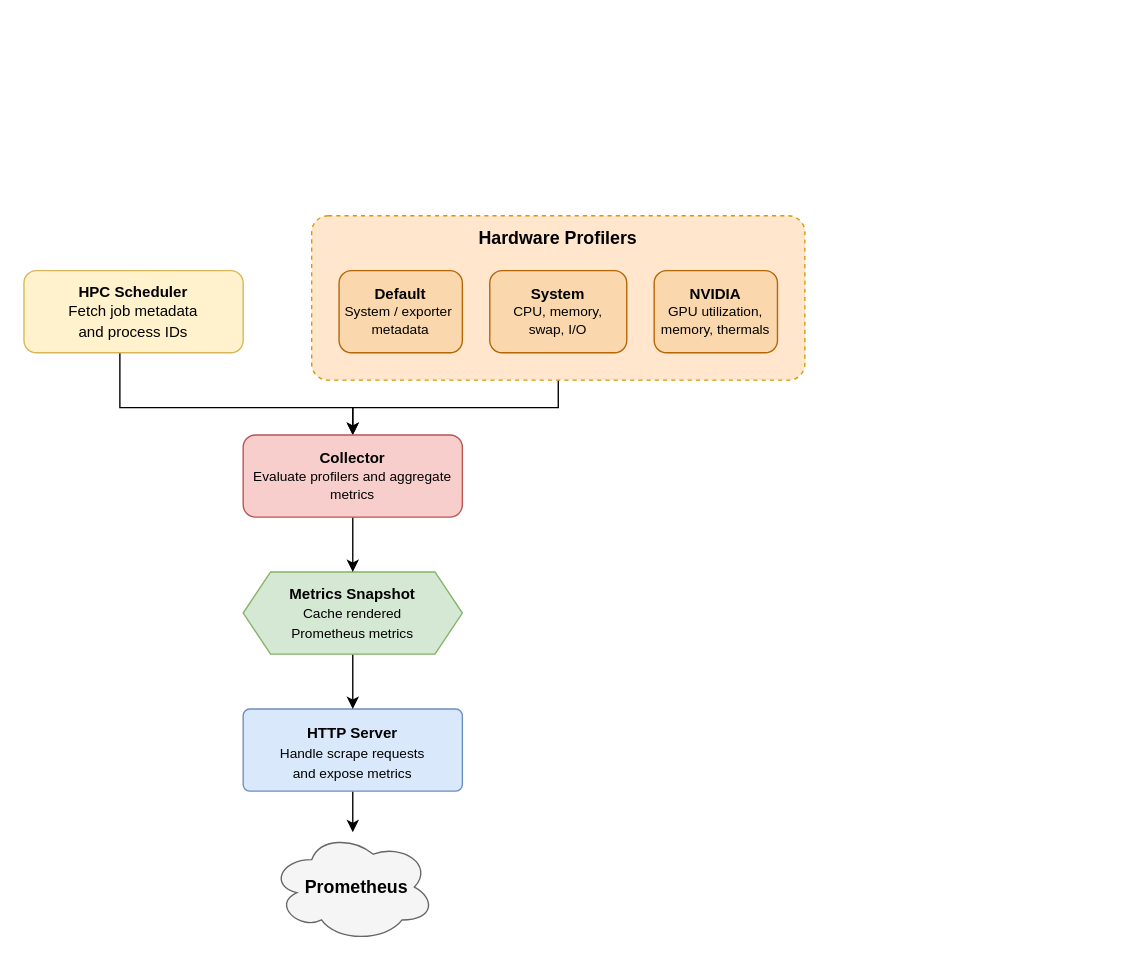
Earlier version of the draw.io diagram assets/architecture.drawio (Better-HPC/hpc-node-exporter). Source tidied: cells renumbered, new cells numbered last; positions are measured from the earlier drawing's top-left corner, leaving out a move shared by most shapes. Both pictures are drawn from the tidied source at 137%, with x=0, y=0 at pixel (23, 215).
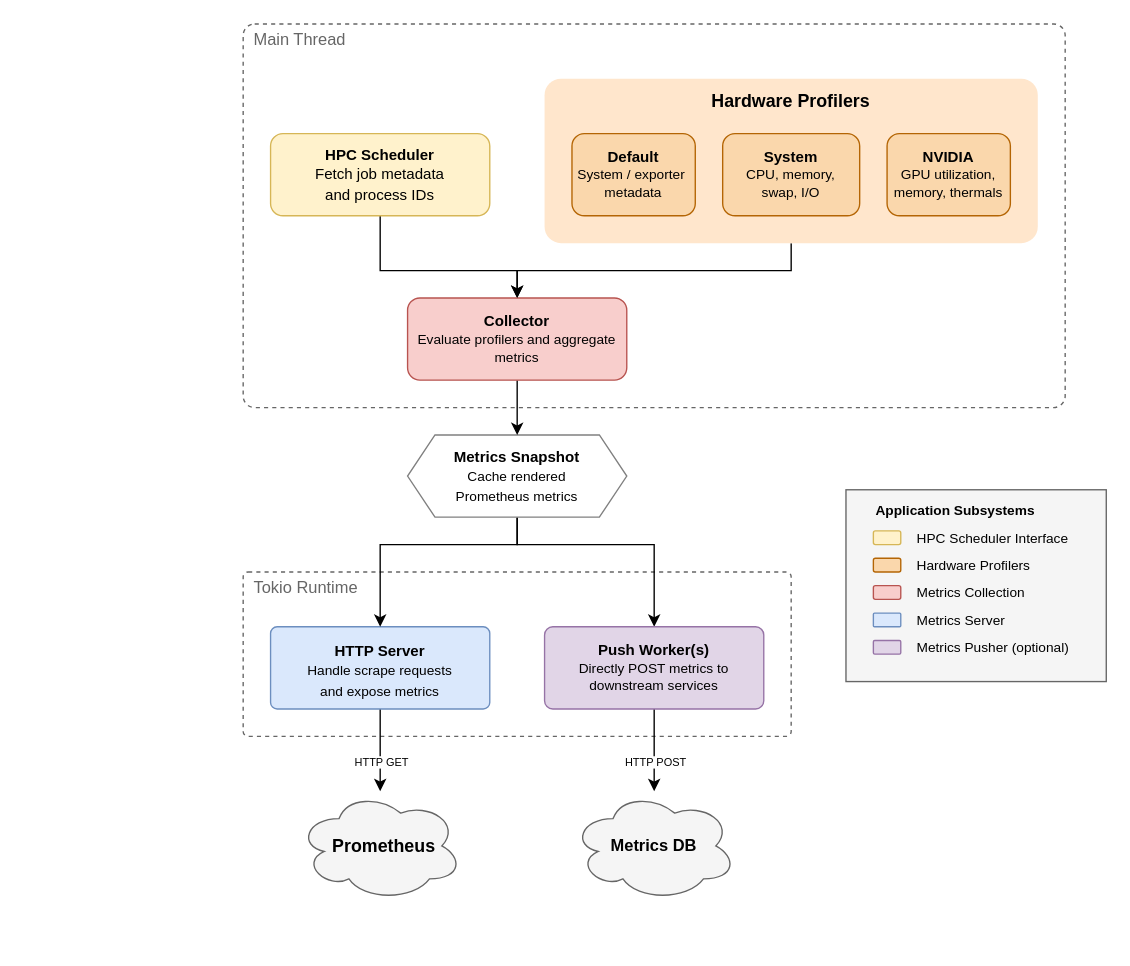
The same diagram, later.

Commit message (it also covers changes not shown here):
Adds ability to push metrics via post (#34)

Unchanged cells that the change refers to:
```xml
<mxCell id="9" style="edgeStyle=orthogonalEdgeStyle;rounded=0;jettySize=auto;html=1;" parent="1" edge="1" source="10" target="11">
  <mxGeometry relative="1" as="geometry" />
</mxCell>
```

Change to the diagram source:
```diff
@@
+    <mxCell id="16" style="rounded=0;whiteSpace=wrap;html=1;fillColor=#f5f5f5;fontColor=#333333;strokeColor=#666666;" parent="1" vertex="1">
+      <mxGeometry x="600" y="200" width="190" height="140" as="geometry" />
+    </mxCell>
+    <mxCell id="17" value="Tokio Runtime" style="rounded=1;whiteSpace=wrap;html=1;fillColor=none;dashed=1;arcSize=3;strokeColor=#666666;align=left;labelPosition=center;verticalLabelPosition=middle;verticalAlign=top;fontColor=#666666;spacing=0;spacingTop=0;spacingLeft=8;" parent="1" vertex="1">
+      <mxGeometry x="160" y="260" width="400" height="120" as="geometry" />
+    </mxCell>
+    <mxCell id="18" value="&lt;div&gt;Main Thread&lt;/div&gt;" style="rounded=1;whiteSpace=wrap;html=1;fillColor=none;dashed=1;arcSize=3;strokeColor=#666666;align=left;labelPosition=center;verticalLabelPosition=middle;verticalAlign=top;spacing=0;spacingLeft=8;fontColor=#666666;" parent="1" vertex="1">
+      <mxGeometry x="160" y="-140" width="600" height="280" as="geometry" />
+    </mxCell>
     <mxCell id="2" style="edgeStyle=orthogonalEdgeStyle;rounded=0;jettySize=auto;html=1;" parent="1" edge="1" source="3" target="15">
-      <mxGeometry relative="1" as="geometry">
-        <Array as="points">
-          <mxPoint x="390" y="140" />
-          <mxPoint x="240" y="140" />
-        </Array>
-      </mxGeometry>
+      <mxGeometry relative="1" as="geometry" />
     </mxCell>
-    <mxCell id="3" value="Hardware Profilers" style="rounded=1;whiteSpace=wrap;html=1;verticalAlign=top;fontStyle=1;fontSize=13;fillColor=#ffe6cc;strokeColor=#d79b00;arcSize=10;spacingTop=2;dashed=1;fillStyle=auto;" parent="1" vertex="1">
-      <mxGeometry x="210" width="360" height="120" as="geometry" />
+    <mxCell id="3" value="Hardware Profilers" style="rounded=1;whiteSpace=wrap;html=1;verticalAlign=top;fontStyle=1;fontSize=13;fillColor=#ffe6cc;strokeColor=none;arcSize=10;spacingTop=2;dashed=1;fillStyle=auto;" parent="1" vertex="1">
+      <mxGeometry x="380" y="-100" width="360" height="120" as="geometry" />
     </mxCell>
     <mxCell id="4" value="&lt;b&gt;Default&lt;/b&gt;&lt;br&gt;&lt;div&gt;&lt;font style=&quot;font-size:10px&quot;&gt;System / exporter&amp;nbsp;&lt;/font&gt;&lt;/div&gt;&lt;div&gt;&lt;font style=&quot;font-size:10px&quot;&gt;metadata&lt;/font&gt;&lt;/div&gt;" style="rounded=1;whiteSpace=wrap;html=1;fillColor=#fad7ac;strokeColor=#b46504;fontSize=11;" parent="1" vertex="1">
-      <mxGeometry x="230" y="40" width="90" height="60" as="geometry" />
+      <mxGeometry x="400" y="-60" width="90" height="60" as="geometry" />
     </mxCell>
     <mxCell id="5" value="&lt;b&gt;System&lt;/b&gt;&lt;br&gt;&lt;font style=&quot;font-size:10px&quot;&gt;CPU, memory,&lt;br&gt;swap, I/O&lt;/font&gt;" style="rounded=1;whiteSpace=wrap;html=1;fillColor=#fad7ac;strokeColor=#b46504;fontSize=11;" parent="1" vertex="1">
-      <mxGeometry x="340" y="40" width="100" height="60" as="geometry" />
+      <mxGeometry x="510" y="-60" width="100" height="60" as="geometry" />
     </mxCell>
     <mxCell id="6" value="&lt;b&gt;NVIDIA&lt;/b&gt;&lt;br&gt;&lt;font style=&quot;font-size:10px&quot;&gt;GPU utilization,&lt;br&gt;memory, thermals&lt;/font&gt;" style="rounded=1;whiteSpace=wrap;html=1;fillColor=#fad7ac;strokeColor=#b46504;fontSize=11;" parent="1" vertex="1">
-      <mxGeometry x="460" y="40" width="90" height="60" as="geometry" />
+      <mxGeometry x="630" y="-60" width="90" height="60" as="geometry" />
     </mxCell>
-    <mxCell id="7" style="edgeStyle=orthogonalEdgeStyle;rounded=0;jettySize=auto;html=1;" parent="1" edge="1" source="8" target="15">
-      <mxGeometry relative="1" as="geometry">
-        <Array as="points">
-          <mxPoint x="70" y="140" />
-          <mxPoint x="240" y="140" />
-        </Array>
-      </mxGeometry>
-    </mxCell>
-    <mxCell id="8" value="&lt;font style=&quot;font-size: 11px;&quot;&gt;&lt;b&gt;HPC&amp;nbsp;Scheduler&lt;/b&gt;&lt;/font&gt;&lt;div&gt;&lt;font style=&quot;font-size: 11px;&quot;&gt;Fetch job metadata&lt;/font&gt;&lt;/div&gt;&lt;div&gt;&lt;font style=&quot;font-size: 11px;&quot;&gt;and process IDs&lt;/font&gt;&lt;/div&gt;" style="rounded=1;whiteSpace=wrap;html=1;fillColor=#fff2cc;strokeColor=#d6b656;fontSize=12;" parent="1" vertex="1">
-      <mxGeometry y="40" width="160" height="60" as="geometry" />
-    </mxCell>
@@
+    <mxCell id="19" value="HTTP GET" style="edgeLabel;html=1;align=center;verticalAlign=middle;fontSize=8;" parent="9" vertex="1">
+      <mxGeometry relative="1" as="geometry">
+        <mxPoint y="8" as="offset" />
+      </mxGeometry>
+    </mxCell>
     <mxCell id="10" value="&lt;font style=&quot;font-size: 11px;&quot;&gt;HTTP Server&lt;/font&gt;&lt;div&gt;&lt;font style=&quot;font-size: 10px;&quot;&gt;&lt;span style=&quot;font-weight: normal;&quot;&gt;Handle scrape requests&lt;br&gt;and expose metrics&lt;/span&gt;&lt;/font&gt;&lt;/div&gt;" style="rounded=1;whiteSpace=wrap;html=1;verticalAlign=top;fontStyle=1;fontSize=12;fillColor=#dae8fc;strokeColor=#6c8ebf;arcSize=8;spacingTop=4;" parent="1" vertex="1">
-      <mxGeometry x="160" y="360" width="160" height="60" as="geometry" />
+      <mxGeometry x="180" y="300" width="160" height="60" as="geometry" />
     </mxCell>
     <mxCell id="11" value="&lt;b&gt;Prometheus&lt;/b&gt;" style="shape=cloud;whiteSpace=wrap;html=1;fillColor=#f5f5f5;strokeColor=#666666;fontSize=13;spacingLeft=6;" parent="1" vertex="1">
-      <mxGeometry x="180" y="450" width="120" height="80" as="geometry" />
+      <mxGeometry x="200" y="420" width="120" height="80" as="geometry" />
     </mxCell>
     <mxCell id="12" style="edgeStyle=orthogonalEdgeStyle;rounded=0;jettySize=auto;html=1;exitX=0.5;exitY=1;exitDx=0;exitDy=0;" parent="1" edge="1" source="13" target="10">
-      <mxGeometry relative="1" as="geometry" />
+      <mxGeometry relative="1" as="geometry">
+        <Array as="points">
+          <mxPoint x="360" y="240" />
+          <mxPoint x="260" y="240" />
+        </Array>
+      </mxGeometry>
     </mxCell>
+    <mxCell id="20" style="edgeStyle=orthogonalEdgeStyle;rounded=0;jettySize=auto;html=1;exitX=0.5;exitY=1;exitDx=0;exitDy=0;" parent="1" edge="1" source="13" target="24">
+      <mxGeometry relative="1" as="geometry">
+        <Array as="points">
+          <mxPoint x="360" y="240" />
+          <mxPoint x="460" y="240" />
+        </Array>
+      </mxGeometry>
+    </mxCell>
-    <mxCell id="13" value="&lt;font style=&quot;font-size: 11px;&quot;&gt;&lt;b&gt;Metrics Snapshot&lt;/b&gt;&lt;br&gt;&lt;/font&gt;&lt;div&gt;&lt;font style=&quot;font-size: 10px;&quot;&gt;Cache rendered&lt;/font&gt;&lt;/div&gt;&lt;div&gt;&lt;font style=&quot;font-size: 10px;&quot;&gt;Prometheus metrics&lt;/font&gt;&lt;/div&gt;" style="shape=hexagon;perimeter=hexagonPerimeter2;whiteSpace=wrap;html=1;fixedSize=1;fillColor=#d5e8d4;strokeColor=#82b366;fontSize=12;size=20;" parent="1" vertex="1">
-      <mxGeometry x="160" y="260" width="160" height="60" as="geometry" />
+    <mxCell id="13" value="&lt;font style=&quot;font-size: 11px;&quot;&gt;&lt;b&gt;Metrics Snapshot&lt;/b&gt;&lt;br&gt;&lt;/font&gt;&lt;div&gt;&lt;font style=&quot;font-size: 10px;&quot;&gt;Cache rendered&lt;/font&gt;&lt;/div&gt;&lt;div&gt;&lt;font style=&quot;font-size: 10px;&quot;&gt;Prometheus metrics&lt;/font&gt;&lt;/div&gt;" style="shape=hexagon;perimeter=hexagonPerimeter2;whiteSpace=wrap;html=1;fixedSize=1;fontSize=12;size=20;strokeColor=#808080;" parent="1" vertex="1">
+      <mxGeometry x="280" y="160" width="160" height="60" as="geometry" />
     </mxCell>
@@
     <mxCell id="15" value="&lt;b&gt;Collector&lt;/b&gt;&lt;br&gt;&lt;div&gt;&lt;font style=&quot;font-size:10px&quot;&gt;Evaluate profilers&lt;/font&gt;&lt;font style=&quot;font-size:10px&quot;&gt;&amp;nbsp;and aggregate metrics&lt;/font&gt;&lt;/div&gt;" style="rounded=1;whiteSpace=wrap;html=1;fillColor=#f8cecc;strokeColor=#b85450;fontSize=11;" parent="1" vertex="1">
-      <mxGeometry x="160" y="160" width="160" height="60" as="geometry" />
+      <mxGeometry x="280" y="60" width="160" height="60" as="geometry" />
     </mxCell>
+    <mxCell id="21" value="&lt;b&gt;Metrics DB&lt;/b&gt;" style="shape=cloud;whiteSpace=wrap;html=1;fillColor=#f5f5f5;strokeColor=#666;fontSize=12;" parent="1" vertex="1">
+      <mxGeometry x="400" y="420" width="120" height="80" as="geometry" />
+    </mxCell>
+    <mxCell id="22" style="edgeStyle=orthogonalEdgeStyle;rounded=0;jettySize=auto;html=1;" parent="1" edge="1" source="24" target="21">
+      <mxGeometry relative="1" as="geometry" />
+    </mxCell>
+    <mxCell id="23" value="HTTP POST" style="edgeLabel;html=1;align=center;verticalAlign=middle;fontSize=8;" parent="22" vertex="1">
+      <mxGeometry relative="1" as="geometry">
+        <mxPoint y="8" as="offset" />
+      </mxGeometry>
+    </mxCell>
+    <mxCell id="24" value="&lt;b&gt;Push Worker(s)&lt;/b&gt;&lt;br&gt;&lt;font style=&quot;font-size: 10px;&quot;&gt;Directly POST metrics to downstream services&lt;/font&gt;" style="rounded=1;whiteSpace=wrap;html=1;fillColor=#e1d5e7;strokeColor=#9673a6;fontSize=11;arcSize=10;" parent="1" vertex="1">
+      <mxGeometry x="380" y="300" width="160" height="60" as="geometry" />
+    </mxCell>
+    <mxCell id="25" style="rounded=1;whiteSpace=wrap;html=1;fillColor=#fff2cc;strokeColor=#d6b656;" parent="1" vertex="1">
+      <mxGeometry x="620" y="230" width="20" height="10" as="geometry" />
+    </mxCell>
+    <mxCell id="26" style="rounded=1;whiteSpace=wrap;html=1;fillColor=#fad7ac;strokeColor=#b46504;fontSize=11;" parent="1" vertex="1">
+      <mxGeometry x="620" y="250" width="20" height="10" as="geometry" />
+    </mxCell>
+    <mxCell id="27" style="rounded=1;whiteSpace=wrap;html=1;fillColor=#f8cecc;strokeColor=#b85450;fontSize=11;" parent="1" vertex="1">
+      <mxGeometry x="620" y="270" width="20" height="10" as="geometry" />
+    </mxCell>
+    <mxCell id="28" style="rounded=1;whiteSpace=wrap;html=1;verticalAlign=top;fontStyle=1;fontSize=12;fillColor=#dae8fc;strokeColor=#6c8ebf;arcSize=8;spacingTop=4;" parent="1" vertex="1">
+      <mxGeometry x="620" y="290" width="20" height="10" as="geometry" />
+    </mxCell>
+    <mxCell id="29" style="rounded=1;whiteSpace=wrap;html=1;fillColor=#e1d5e7;strokeColor=#9673a6;fontSize=11;arcSize=10;" parent="1" vertex="1">
+      <mxGeometry x="620" y="310" width="20" height="10" as="geometry" />
+    </mxCell>
+    <mxCell id="30" value="HPC Scheduler Interface" style="text;html=1;whiteSpace=wrap;strokeColor=none;fillColor=none;align=left;verticalAlign=middle;rounded=0;fontSize=10;" parent="1" vertex="1">
+      <mxGeometry x="650" y="230" width="130" height="10" as="geometry" />
+    </mxCell>
+    <mxCell id="31" value="Hardware Profilers" style="text;html=1;whiteSpace=wrap;strokeColor=none;fillColor=none;align=left;verticalAlign=middle;rounded=0;fontSize=10;" parent="1" vertex="1">
+      <mxGeometry x="650" y="250" width="130" height="10" as="geometry" />
+    </mxCell>
+    <mxCell id="32" value="Metrics Collection" style="text;html=1;whiteSpace=wrap;strokeColor=none;fillColor=none;align=left;verticalAlign=middle;rounded=0;fontSize=10;" parent="1" vertex="1">
+      <mxGeometry x="650" y="270" width="130" height="10" as="geometry" />
+    </mxCell>
+    <mxCell id="33" value="Metrics Server" style="text;html=1;whiteSpace=wrap;strokeColor=none;fillColor=none;align=left;verticalAlign=middle;rounded=0;fontSize=10;" parent="1" vertex="1">
+      <mxGeometry x="650" y="290" width="130" height="10" as="geometry" />
+    </mxCell>
+    <mxCell id="34" value="Metrics Pusher (optional)" style="text;html=1;whiteSpace=wrap;strokeColor=none;fillColor=none;align=left;verticalAlign=middle;rounded=0;fontSize=10;" parent="1" vertex="1">
+      <mxGeometry x="650" y="310" width="130" height="10" as="geometry" />
+    </mxCell>
+    <mxCell id="35" value="Application Subsystems" style="text;html=1;whiteSpace=wrap;strokeColor=none;fillColor=none;align=left;verticalAlign=middle;rounded=0;fontSize=10;fontStyle=1;" parent="1" vertex="1">
+      <mxGeometry x="620" y="210" width="140" height="10" as="geometry" />
+    </mxCell>
+    <mxCell id="7" style="edgeStyle=orthogonalEdgeStyle;rounded=0;jettySize=auto;html=1;exitX=0.5;exitY=1;exitDx=0;exitDy=0;entryX=0.5;entryY=0;entryDx=0;entryDy=0;" parent="1" edge="1" source="8" target="15">
+      <mxGeometry relative="1" as="geometry">
+        <Array as="points">
+          <mxPoint x="260" y="40" />
+          <mxPoint x="360" y="40" />
+        </Array>
+      </mxGeometry>
+    </mxCell>
+    <mxCell id="8" value="&lt;font style=&quot;font-size: 11px;&quot;&gt;&lt;b&gt;HPC&amp;nbsp;Scheduler&lt;/b&gt;&lt;/font&gt;&lt;div&gt;&lt;font style=&quot;font-size: 11px;&quot;&gt;Fetch job metadata&lt;/font&gt;&lt;/div&gt;&lt;div&gt;&lt;font style=&quot;font-size: 11px;&quot;&gt;and process IDs&lt;/font&gt;&lt;/div&gt;" style="rounded=1;whiteSpace=wrap;html=1;fillColor=#fff2cc;strokeColor=#d6b656;fontSize=12;" parent="1" vertex="1">
+      <mxGeometry x="180" y="-60" width="160" height="60" as="geometry" />
+    </mxCell>
```
